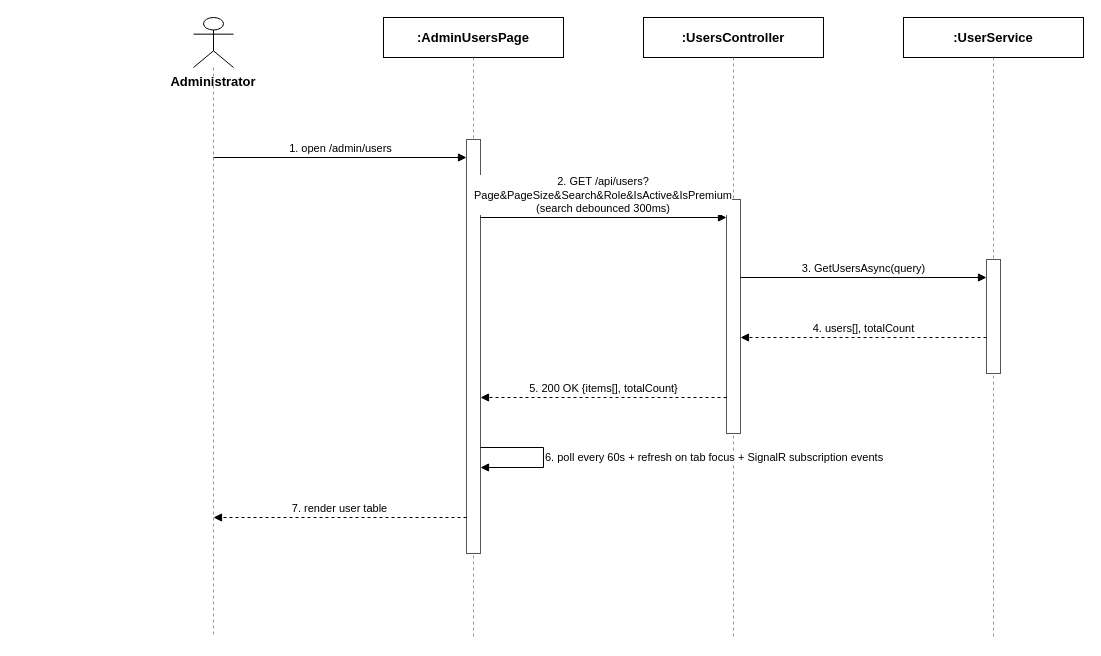
Before: docs/qa/Hien_SequenceDiagram/3.3.2_View_User_List.drawio in tulklk/AI_Interview_Question_Generation_RAG_LLM_FE, a draw.io diagram. Source tidied: cells renumbered, new cells numbered last; positions are measured from the earlier drawing's top-left corner, leaving out a move shared by most shapes. Both pictures are drawn from the tidied source at 100%, with x=0, y=0 at pixel (193, 17).
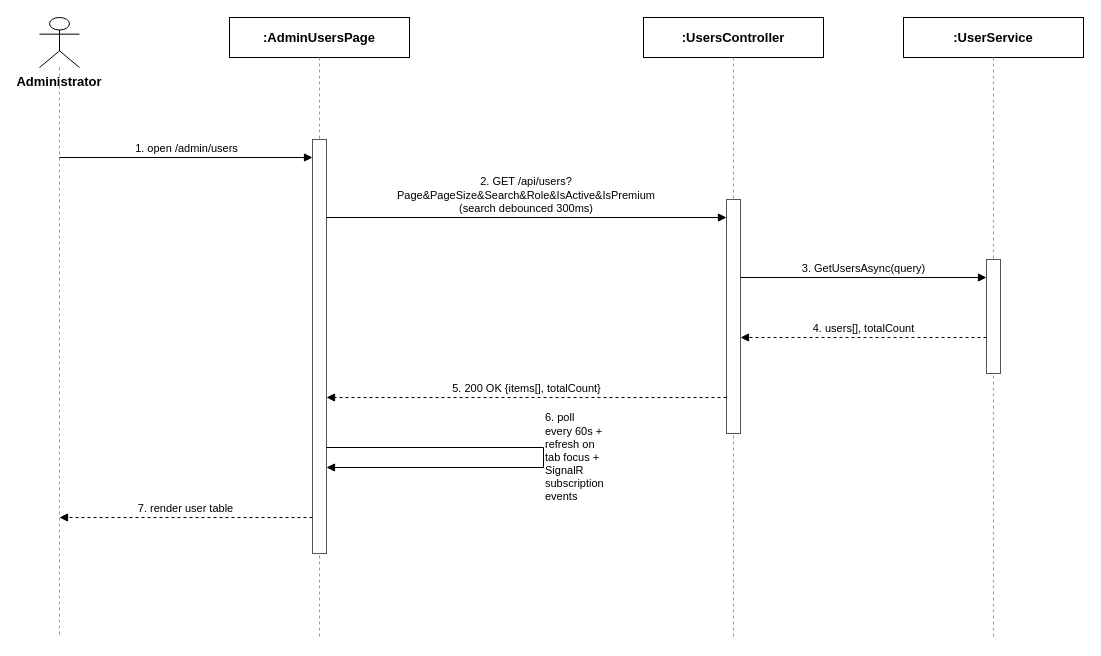
After the change.

The edit, as a diff of the source:
```diff
@@
     <mxCell id="2" value="Administrator" style="shape=umlActor;whiteSpace=wrap;html=1;verticalLabelPosition=bottom;verticalAlign=top;fillColor=#ffffff;strokeColor=#000000;fontStyle=1;fontSize=13;" parent="1" vertex="1">
-      <mxGeometry width="40" height="50" as="geometry" />
+      <mxGeometry x="-154" width="40" height="50" as="geometry" />
     </mxCell>
     <mxCell id="3" style="endArrow=none;dashed=1;html=1;strokeColor=#999999;" parent="1" edge="1">
       <mxGeometry relative="1" as="geometry">
-        <mxPoint x="20" y="50" as="sourcePoint" />
-        <mxPoint x="20" y="620" as="targetPoint" />
+        <mxPoint x="-134" y="50" as="sourcePoint" />
+        <mxPoint x="-134" y="620" as="targetPoint" />
       </mxGeometry>
     </mxCell>
     <mxCell id="4" value=":AdminUsersPage" style="rounded=0;whiteSpace=wrap;html=1;fontSize=13;fillColor=#ffffff;strokeColor=#000000;fontStyle=1;" parent="1" vertex="1">
-      <mxGeometry x="190" width="180" height="40" as="geometry" />
+      <mxGeometry x="36" width="180" height="40" as="geometry" />
     </mxCell>
     <mxCell id="5" style="endArrow=none;dashed=1;html=1;strokeColor=#999999;" parent="1" edge="1">
       <mxGeometry relative="1" as="geometry">
-        <mxPoint x="280" y="40" as="sourcePoint" />
-        <mxPoint x="280" y="620" as="targetPoint" />
+        <mxPoint x="126" y="40" as="sourcePoint" />
+        <mxPoint x="126" y="620" as="targetPoint" />
       </mxGeometry>
     </mxCell>
@@
     <mxCell id="10" style="rounded=0;whiteSpace=wrap;html=1;fillColor=#ffffff;strokeColor=#555555;" parent="1" vertex="1">
-      <mxGeometry x="273" y="122" width="14" height="414" as="geometry" />
+      <mxGeometry x="119" y="122" width="14" height="414" as="geometry" />
     </mxCell>
@@
     <mxCell id="13" value="1. open /admin/users" style="endArrow=block;endFill=1;html=1;fontSize=11;align=center;verticalAlign=bottom;labelBackgroundColor=#ffffff;strokeColor=#000000;" parent="1" edge="1">
       <mxGeometry relative="1" as="geometry">
-        <mxPoint x="20" y="140" as="sourcePoint" />
-        <mxPoint x="273" y="140" as="targetPoint" />
+        <mxPoint x="-134" y="140" as="sourcePoint" />
+        <mxPoint x="119" y="140" as="targetPoint" />
       </mxGeometry>
     </mxCell>
     <mxCell id="14" value="2. GET /api/users?Page&amp;PageSize&amp;Search&amp;Role&amp;IsActive&amp;IsPremium (search debounced 300ms)" style="endArrow=block;endFill=1;html=1;whiteSpace=wrap;fontSize=11;align=center;verticalAlign=bottom;labelBackgroundColor=#ffffff;strokeColor=#000000;" parent="1" edge="1">
       <mxGeometry relative="1" as="geometry">
-        <mxPoint x="287" y="200" as="sourcePoint" />
+        <mxPoint x="133" y="200" as="sourcePoint" />
         <mxPoint x="533" y="200" as="targetPoint" />
       </mxGeometry>
     </mxCell>
@@
     <mxCell id="17" value="5. 200 OK {items[], totalCount}" style="endArrow=block;endFill=1;html=1;dashed=1;fontSize=11;align=center;verticalAlign=bottom;labelBackgroundColor=#ffffff;strokeColor=#000000;" parent="1" edge="1">
       <mxGeometry relative="1" as="geometry">
         <mxPoint x="533" y="380" as="sourcePoint" />
-        <mxPoint x="287" y="380" as="targetPoint" />
+        <mxPoint x="133" y="380" as="targetPoint" />
       </mxGeometry>
     </mxCell>
-    <mxCell id="18" value="6. poll every 60s + refresh on tab focus + SignalR subscription events" style="endArrow=block;endFill=1;html=1;fontSize=11;align=left;verticalAlign=middle;labelBackgroundColor=#ffffff;rounded=0;strokeColor=#000000;" parent="1" edge="1">
+    <mxCell id="18" value="6. poll every 60s + refresh on tab focus + SignalR subscription events" style="endArrow=block;endFill=1;html=1;whiteSpace=wrap;fontSize=11;align=left;verticalAlign=middle;labelBackgroundColor=#ffffff;rounded=0;strokeColor=#000000;" parent="1" edge="1">
       <mxGeometry relative="1" as="geometry">
-        <mxPoint x="287" y="430" as="sourcePoint" />
-        <mxPoint x="287" y="450" as="targetPoint" />
+        <mxPoint x="133" y="430" as="sourcePoint" />
+        <mxPoint x="133" y="450" as="targetPoint" />
         <Array as="points">
           <mxPoint x="350" y="430" />
           <mxPoint x="350" y="450" />
         </Array>
       </mxGeometry>
     </mxCell>
     <mxCell id="19" value="7. render user table" style="endArrow=block;endFill=1;html=1;dashed=1;fontSize=11;align=center;verticalAlign=bottom;labelBackgroundColor=#ffffff;strokeColor=#000000;" parent="1" edge="1">
       <mxGeometry relative="1" as="geometry">
-        <mxPoint x="273" y="500" as="sourcePoint" />
-        <mxPoint x="20" y="500" as="targetPoint" />
+        <mxPoint x="119" y="500" as="sourcePoint" />
+        <mxPoint x="-134" y="500" as="targetPoint" />
       </mxGeometry>
     </mxCell>
```
